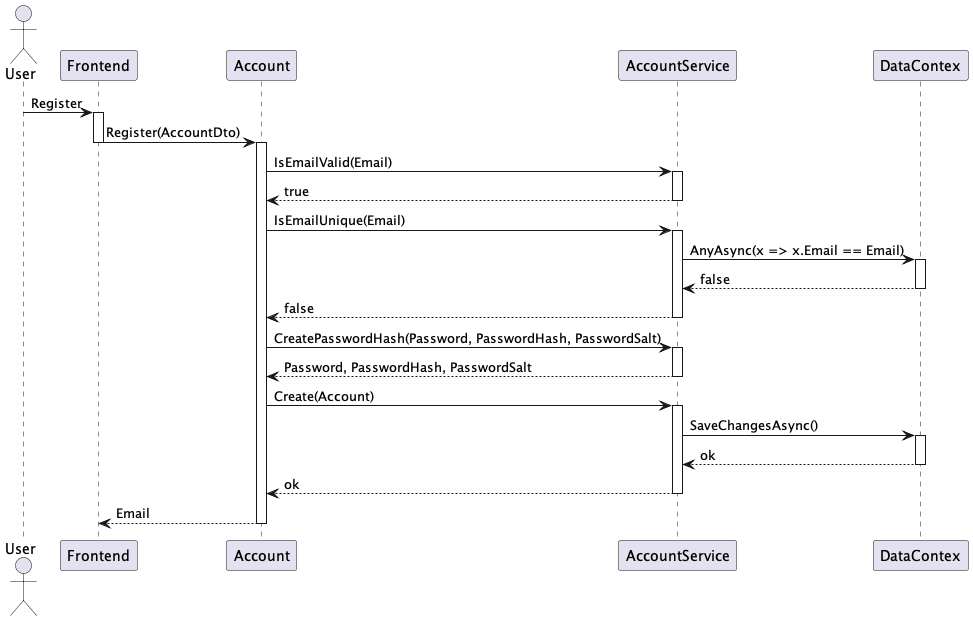
Above: out/UML/PlanUML/SequenceDiagram/Account/AccountSequenceRegistre/AccountRegistreSequenceDiagram.png in MartinStokholm/PRJ4_Repo (PlantUML), before the change. Its diagram source:
```plantuml
@startuml AccountRegistreSequenceDiagram

Actor "User" as U
participant "Frontend" as F
participant "Account" as A
participant "AccountService" as S
participant "DataContex" as D

U -> F : Register
activate F
F -> A : Register(AccountDto)
deactivate F
activate A
A -> S : IsEmailValid(Email)
activate S
S --> A : true
deactivate S
A -> S : IsEmailUnique(Email)
activate S
S -> D : AnyAsync(x => x.Email == Email)
activate D
D --> S : false
deactivate D
S --> A : false
deactivate S
A -> S : CreatePasswordHash(Password, PasswordHash, PasswordSalt)
activate S
S --> A : Password, PasswordHash, PasswordSalt
deactivate S
A -> S : Create(Account)
activate S
S -> D : SaveChangesAsync()
activate D
D --> S : ok
deactivate D
S --> A : ok
deactivate S
A --> F : Email
deactivate A



@enduml
```
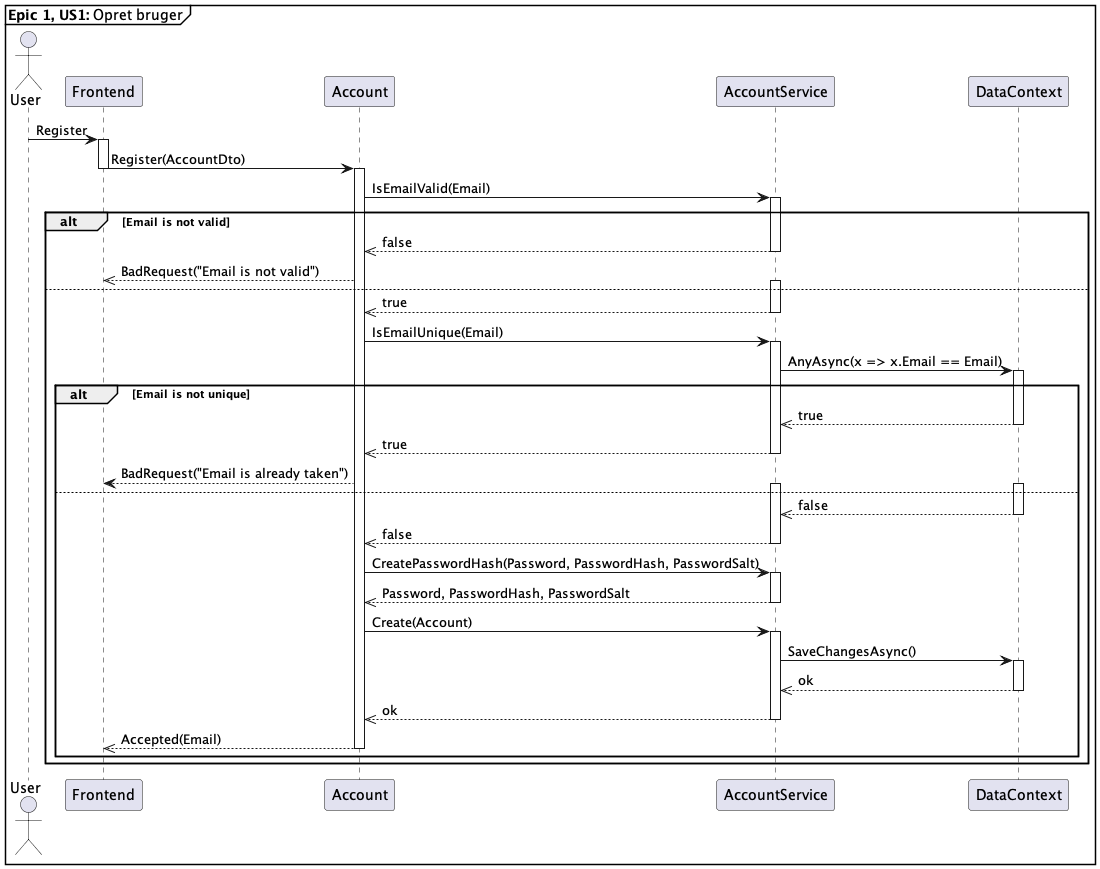
After the change.

Commit message:
added new images of sequence diagrams

Diff of the diagram source:
```diff
@@ -1,10 +1,10 @@
 @startuml AccountRegistreSequenceDiagram
-
+mainframe **Epic 1, US1:** Opret bruger
 Actor "User" as U
 participant "Frontend" as F
 participant "Account" as A
 participant "AccountService" as S
-participant "DataContex" as D
+participant "DataContext" as D
 
 U -> F : Register
 activate F
@@ -12,31 +12,55 @@
 deactivate F
 activate A
 A -> S : IsEmailValid(Email)
-activate S
-S --> A : true
-deactivate S
-A -> S : IsEmailUnique(Email)
-activate S
-S -> D : AnyAsync(x => x.Email == Email)
-activate D
-D --> S : false
-deactivate D
-S --> A : false
-deactivate S
-A -> S : CreatePasswordHash(Password, PasswordHash, PasswordSalt)
-activate S
-S --> A : Password, PasswordHash, PasswordSalt
-deactivate S
-A -> S : Create(Account)
-activate S
-S -> D : SaveChangesAsync()
-activate D
-D --> S : ok
-deactivate D
-S --> A : ok
-deactivate S
-A --> F : Email
-deactivate A
+
+alt Email is not valid
+    activate S
+    S -->> A: false
+    deactivate S
+    A -->> F: BadRequest("Email is not valid")
+else
+    activate S
+    S -->> A : true
+    deactivate S
+
+
+    A -> S : IsEmailUnique(Email)
+    activate S
+    S -> D : AnyAsync(x => x.Email == Email)
+    activate D
+    alt Email is not unique
+        D -->> S : true
+        deactivate D
+        S -->> A : true
+        deactivate S
+        A --> F : BadRequest("Email is already taken")
+    else
+        activate S
+        activate D
+        D -->> S : false
+        deactivate D
+        S -->> A : false
+        deactivate S
+
+
+    A -> S : CreatePasswordHash(Password, PasswordHash, PasswordSalt)
+    activate S
+    S -->> A : Password, PasswordHash, PasswordSalt
+    deactivate S
+    A -> S : Create(Account)
+    activate S
+    S -> D : SaveChangesAsync()
+    activate D
+    D -->> S : ok
+    deactivate D
+    S -->> A : ok
+    deactivate S
+    A -->> F : Accepted(Email)
+    deactivate A
+    end
+end
+
+
 
 
 
```
